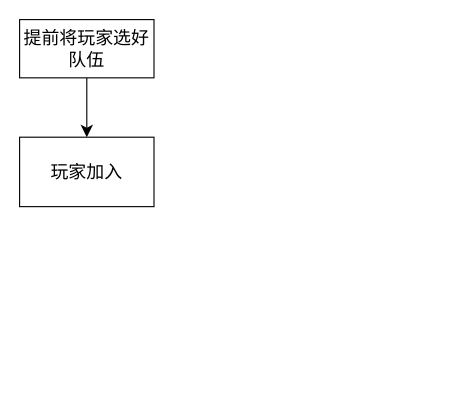
The draw.io diagram page "第 1 页" (1 of 2) of 未命名绘图.drawio in nothing-championship/what-it-this, before the edit. Source tidied: cells renumbered, new cells numbered last; positions are measured from the earlier drawing's top-left corner, leaving out a move shared by most shapes. Both pictures are drawn from the tidied source at 112%, with x=0, y=0 at pixel (19, 19).
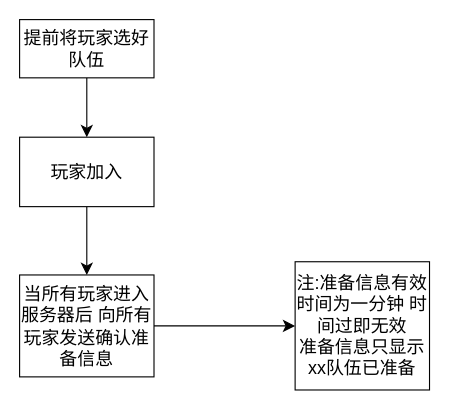
The same page after the edit.

Commit message (it also covers changes not shown here):
更新未命名绘图.drawio

The edit, as a diff of the source:
```diff
@@
 <mxGraphModel>
   <root>
     <mxCell id="0" />
     <mxCell id="1" parent="0" />
     <mxCell id="2" style="edgeStyle=none;curved=1;rounded=0;jettySize=auto;html=1;fontSize=12;startSize=8;endSize=8;" parent="1" edge="1" source="3" target="4">
       <mxGeometry relative="1" as="geometry" />
     </mxCell>
     <mxCell id="3" value="提前将玩家选好队伍" style="whiteSpace=wrap;html=1;fontSize=16;" parent="1" vertex="1">
       <mxGeometry width="120" height="52" as="geometry" />
     </mxCell>
+    <mxCell id="5" style="edgeStyle=none;curved=1;rounded=0;jettySize=auto;html=1;fontSize=12;startSize=8;endSize=8;" parent="1" edge="1" source="4" target="7">
+      <mxGeometry relative="1" as="geometry" />
+    </mxCell>
     <mxCell id="4" value="玩家加入" style="whiteSpace=wrap;html=1;fontSize=16;" parent="1" vertex="1">
       <mxGeometry y="105" width="120" height="62" as="geometry" />
     </mxCell>
+    <mxCell id="6" style="edgeStyle=none;curved=1;rounded=0;jettySize=auto;html=1;fontSize=12;startSize=8;endSize=8;" parent="1" edge="1" source="7" target="8">
+      <mxGeometry relative="1" as="geometry" />
+    </mxCell>
+    <mxCell id="7" value="当所有玩家进入服务器后 向所有玩家发送确认准备信息" style="whiteSpace=wrap;html=1;fontSize=16;" parent="1" vertex="1">
+      <mxGeometry y="228" width="120" height="91" as="geometry" />
+    </mxCell>
+    <mxCell id="8" value="注:准备信息有效时间为一分钟 时间过即无效&lt;br&gt;准备信息只显示xx队伍已准备" style="whiteSpace=wrap;html=1;fontSize=16;" parent="1" vertex="1">
+      <mxGeometry x="246" y="216.2" width="120" height="114.5" as="geometry" />
+    </mxCell>
   </root>
 </mxGraphModel>
```
